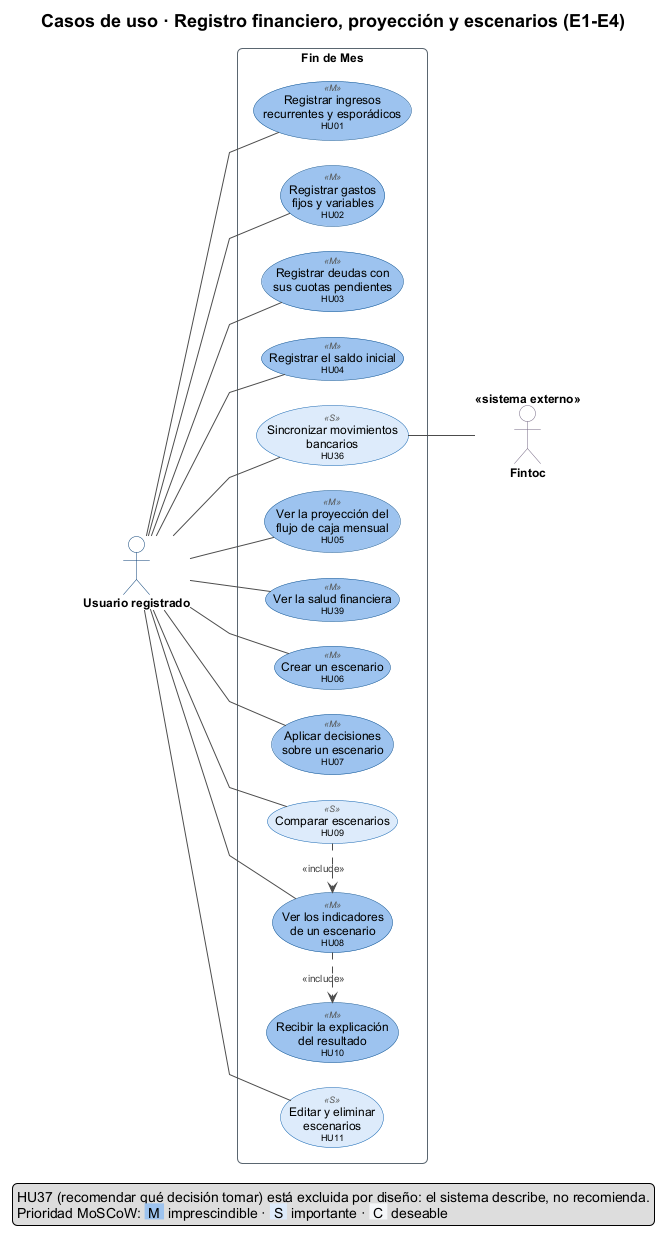
Before: docs/diagrams/use-cases/cu-2-registro-proyeccion-escenarios.png, a diagram exported from PlantUML (offlnr/findemes). The source it was exported from:
```plantuml
@startuml cu-2-registro-proyeccion-escenarios
!include ../uml-style.iuml
title Casos de uso · Registro financiero, proyección y escenarios (E1-E4)
left to right direction

actor "Usuario registrado" as U
actor "Fintoc" <<sistema externo>> as FIN

rectangle "Fin de Mes" {
  usecase "Registrar ingresos\nrecurrentes y esporádicos\n<size:9>HU01</size>" as HU01 <<M>>
  usecase "Registrar gastos\nfijos y variables\n<size:9>HU02</size>" as HU02 <<M>>
  usecase "Registrar deudas con\nsus cuotas pendientes\n<size:9>HU03</size>" as HU03 <<M>>
  usecase "Registrar el saldo inicial\n<size:9>HU04</size>" as HU04 <<M>>
  usecase "Sincronizar movimientos\nbancarios\n<size:9>HU36</size>" as HU36 <<S>>
  usecase "Ver la proyección del\nflujo de caja mensual\n<size:9>HU05</size>" as HU05 <<M>>
  usecase "Ver la salud financiera\n<size:9>HU39</size>" as HU39 <<M>>
  usecase "Crear un escenario\n<size:9>HU06</size>" as HU06 <<M>>
  usecase "Aplicar decisiones\nsobre un escenario\n<size:9>HU07</size>" as HU07 <<M>>
  usecase "Comparar escenarios\n<size:9>HU09</size>" as HU09 <<S>>
  usecase "Ver los indicadores\nde un escenario\n<size:9>HU08</size>" as HU08 <<M>>
  usecase "Recibir la explicación\ndel resultado\n<size:9>HU10</size>" as HU10 <<M>>
  usecase "Editar y eliminar\nescenarios\n<size:9>HU11</size>" as HU11 <<S>>
}

U -- HU01
U -- HU02
U -- HU03
U -- HU04
U -- HU36
U -- HU05
U -- HU39
U -- HU06
U -- HU07
U -- HU09
U -- HU08
U -- HU11

HU08 .[norank].> HU10 : <<include>>
HU09 .[norank].> HU08 : <<include>>
HU36 -- FIN

legend right
  HU37 (recomendar qué decisión tomar) está excluida por diseño: el sistema describe, no recomienda.
  Prioridad MoSCoW: <back:#9CC3EE> M </back> imprescindible · <back:#DCEBFA> S </back> importante · <back:#F4F6F8> C </back> deseable
end legend
@enduml
```
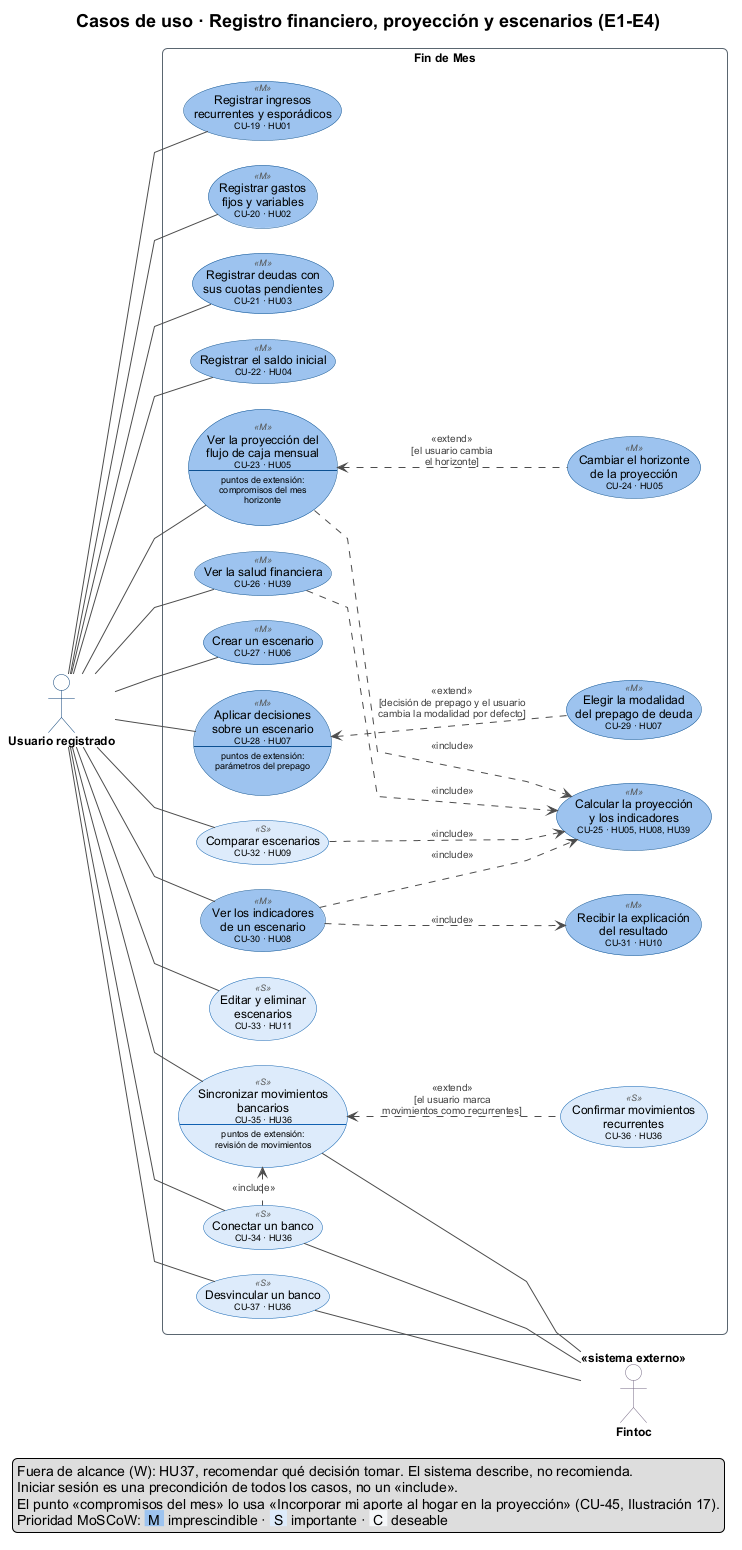
Later version of the same file.

What changed in the source:
```diff
@@ -7,40 +7,79 @@
 actor "Fintoc" <<sistema externo>> as FIN
 
 rectangle "Fin de Mes" {
-  usecase "Registrar ingresos\nrecurrentes y esporádicos\n<size:9>HU01</size>" as HU01 <<M>>
-  usecase "Registrar gastos\nfijos y variables\n<size:9>HU02</size>" as HU02 <<M>>
-  usecase "Registrar deudas con\nsus cuotas pendientes\n<size:9>HU03</size>" as HU03 <<M>>
-  usecase "Registrar el saldo inicial\n<size:9>HU04</size>" as HU04 <<M>>
-  usecase "Sincronizar movimientos\nbancarios\n<size:9>HU36</size>" as HU36 <<S>>
-  usecase "Ver la proyección del\nflujo de caja mensual\n<size:9>HU05</size>" as HU05 <<M>>
-  usecase "Ver la salud financiera\n<size:9>HU39</size>" as HU39 <<M>>
-  usecase "Crear un escenario\n<size:9>HU06</size>" as HU06 <<M>>
-  usecase "Aplicar decisiones\nsobre un escenario\n<size:9>HU07</size>" as HU07 <<M>>
-  usecase "Comparar escenarios\n<size:9>HU09</size>" as HU09 <<S>>
-  usecase "Ver los indicadores\nde un escenario\n<size:9>HU08</size>" as HU08 <<M>>
-  usecase "Recibir la explicación\ndel resultado\n<size:9>HU10</size>" as HU10 <<M>>
-  usecase "Editar y eliminar\nescenarios\n<size:9>HU11</size>" as HU11 <<S>>
+  usecase "Registrar ingresos\nrecurrentes y esporádicos\n<size:9>CU-19 · HU01</size>" as HU01 <<M>>
+  usecase "Registrar gastos\nfijos y variables\n<size:9>CU-20 · HU02</size>" as HU02 <<M>>
+  usecase "Registrar deudas con\nsus cuotas pendientes\n<size:9>CU-21 · HU03</size>" as HU03 <<M>>
+  usecase "Registrar el saldo inicial\n<size:9>CU-22 · HU04</size>" as HU04 <<M>>
+
+  usecase "Ver la proyección del\nflujo de caja mensual\n<size:9>CU-23 · HU05</size>\n--\n<size:9>puntos de extensión:</size>\n<size:9>compromisos del mes</size>\n<size:9>horizonte</size>" as HU05 <<M>>
+  usecase "Cambiar el horizonte\nde la proyección\n<size:9>CU-24 · HU05</size>" as HOR <<M>>
+  usecase "Ver la salud financiera\n<size:9>CU-26 · HU39</size>" as HU39 <<M>>
+  usecase "Calcular la proyección\ny los indicadores\n<size:9>CU-25 · HU05, HU08, HU39</size>" as CALC <<M>>
+
+  usecase "Crear un escenario\n<size:9>CU-27 · HU06</size>" as HU06 <<M>>
+  usecase "Aplicar decisiones\nsobre un escenario\n<size:9>CU-28 · HU07</size>\n--\n<size:9>puntos de extensión:</size>\n<size:9>parámetros del prepago</size>" as HU07 <<M>>
+  usecase "Elegir la modalidad\ndel prepago de deuda\n<size:9>CU-29 · HU07</size>" as MOD <<M>>
+  usecase "Ver los indicadores\nde un escenario\n<size:9>CU-30 · HU08</size>" as HU08 <<M>>
+  usecase "Comparar escenarios\n<size:9>CU-32 · HU09</size>" as HU09 <<S>>
+  usecase "Editar y eliminar\nescenarios\n<size:9>CU-33 · HU11</size>" as HU11 <<S>>
+
+  usecase "Recibir la explicación\ndel resultado\n<size:9>CU-31 · HU10</size>" as HU10 <<M>>
+
+  usecase "Conectar un banco\n<size:9>CU-34 · HU36</size>" as CON <<S>>
+  usecase "Sincronizar movimientos\nbancarios\n<size:9>CU-35 · HU36</size>\n--\n<size:9>puntos de extensión:</size>\n<size:9>revisión de movimientos</size>" as HU36 <<S>>
+  usecase "Confirmar movimientos\nrecurrentes\n<size:9>CU-36 · HU36</size>" as REC <<S>>
+  usecase "Desvincular un banco\n<size:9>CU-37 · HU36</size>" as UNL <<S>>
 }
 
 U -- HU01
 U -- HU02
 U -- HU03
 U -- HU04
-U -- HU36
 U -- HU05
 U -- HU39
 U -- HU06
 U -- HU07
+U -- HU08
 U -- HU09
-U -- HU08
 U -- HU11
+U -- CON
+U -- HU36
+U -- UNL
 
-HU08 .[norank].> HU10 : <<include>>
-HU09 .[norank].> HU08 : <<include>>
+CON -- FIN
 HU36 -- FIN
+UNL -- FIN
+HU01 -[hidden]> HU02
+HU02 -[hidden]> HU03
+HU03 -[hidden]> HU04
+HU04 -[hidden]> HU05
+HU05 -[hidden]> HU39
+HU39 -[hidden]> HU06
+HU06 -[hidden]> HU07
+HU07 -[hidden]> HU08
+HU08 -[hidden]> HU09
+HU09 -[hidden]> HU11
+
+HU11 -[hidden]> HU36
+HU36 -[hidden]> CON
+CON -[hidden]> UNL
+
+HU36 <. CON : <<include>>
+HU05 ..> CALC : <<include>>
+HU39 ..> CALC : <<include>>
+HU08 ..> CALC : <<include>>
+HU09 ..> CALC : <<include>>
+HU08 ..> HU10 : <<include>>
+
+HU36 <.. REC : <<extend>>\n[el usuario marca\nmovimientos como recurrentes]
+HU05 <.. HOR : <<extend>>\n[el usuario cambia\nel horizonte]
+HU07 <.. MOD : <<extend>>\n[decisión de prepago y el usuario\ncambia la modalidad por defecto]
 
 legend right
-  HU37 (recomendar qué decisión tomar) está excluida por diseño: el sistema describe, no recomienda.
+  Fuera de alcance (W): HU37, recomendar qué decisión tomar. El sistema describe, no recomienda.
+  Iniciar sesión es una precondición de todos los casos, no un «include».
+  El punto «compromisos del mes» lo usa «Incorporar mi aporte al hogar en la proyección» (CU-45, Ilustración 17).
   Prioridad MoSCoW: <back:#9CC3EE> M </back> imprescindible · <back:#DCEBFA> S </back> importante · <back:#F4F6F8> C </back> deseable
 end legend
 @enduml
```
